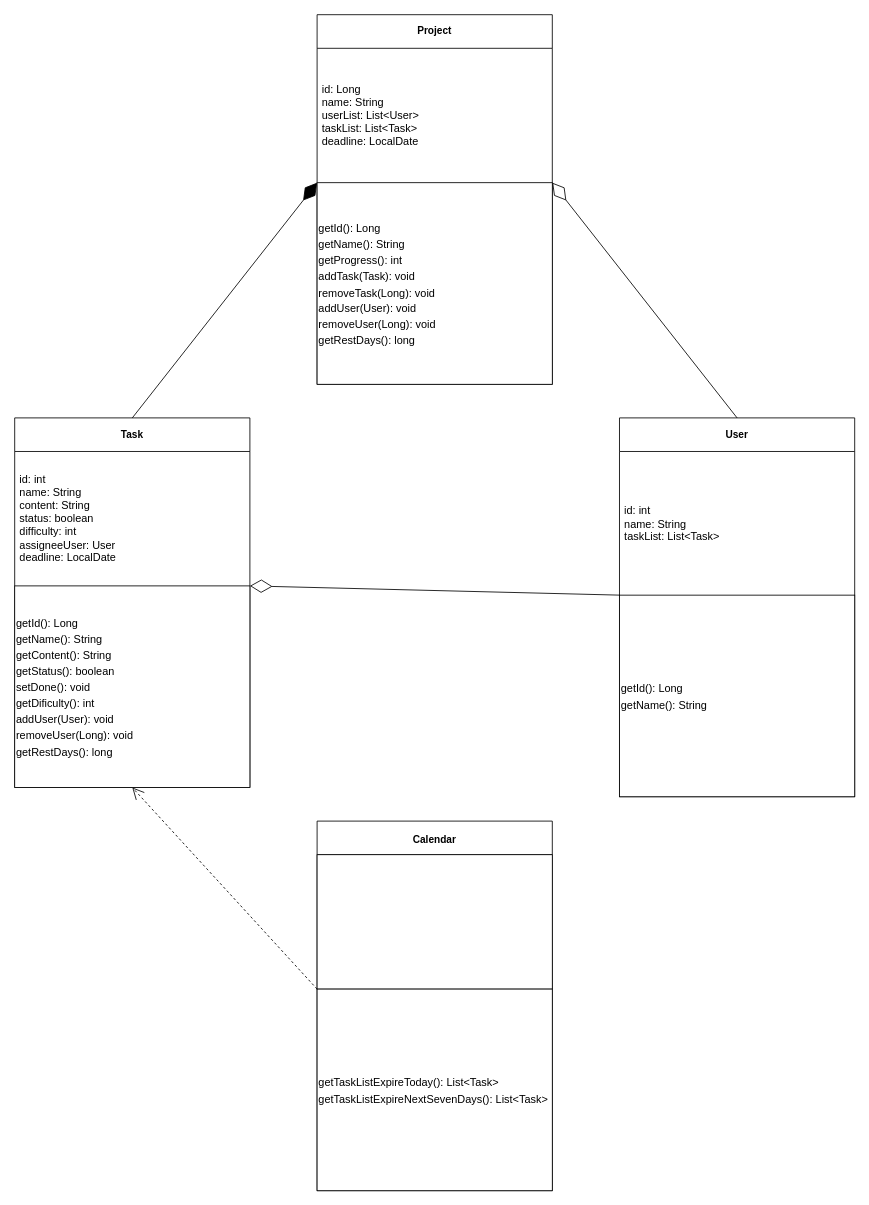
SibGuys/ood keeps this draw.io diagram as uml.drawio. Above is the earlier version. Source tidied: cells renumbered, new cells numbered last; positions are measured from the earlier drawing's top-left corner, leaving out a move shared by most shapes. Both pictures are drawn from the tidied source at 84%, with x=0, y=0 at pixel (14, 14).
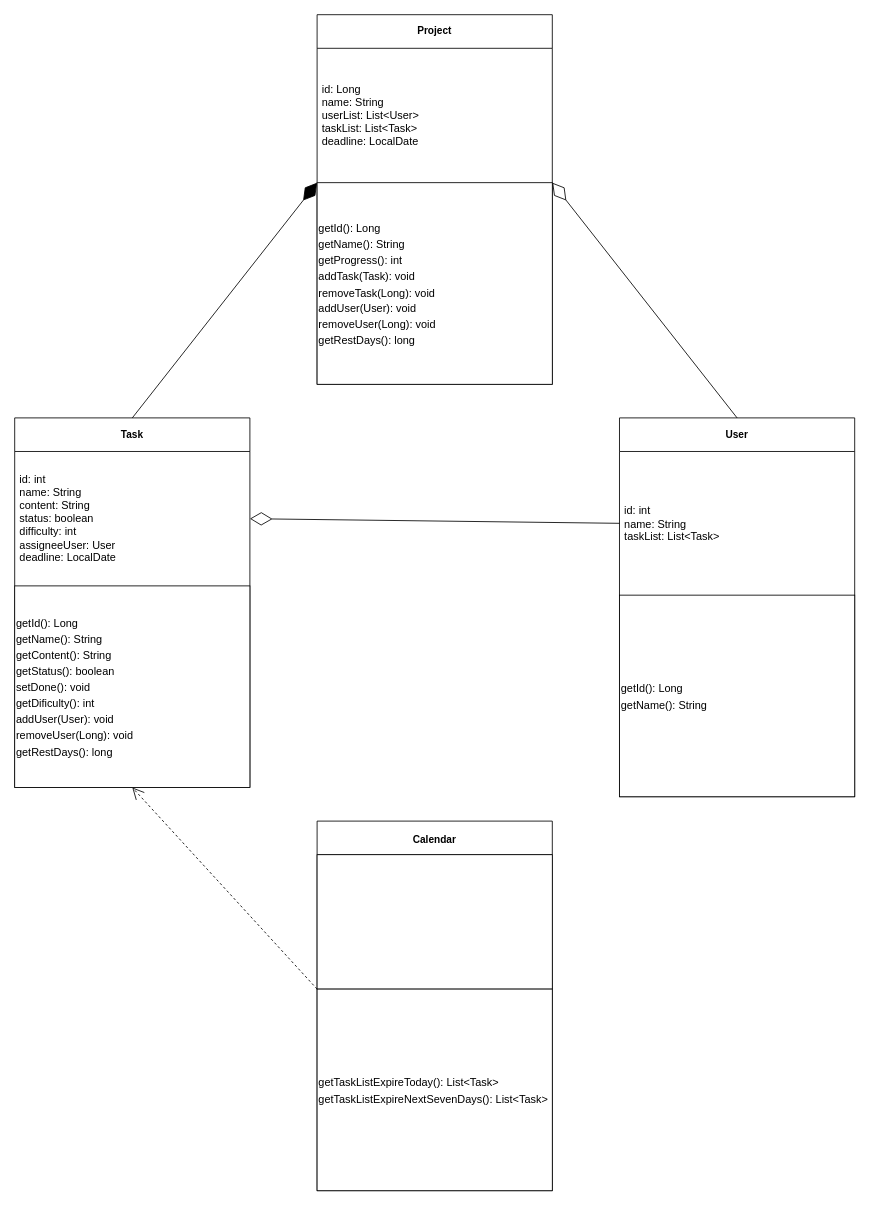
Above is the later version.

The edit, as a diff of the source:
```diff
@@
 <mxGraphModel>
   <root>
     <mxCell id="0" />
     <mxCell id="1" parent="0" />
     <mxCell id="2" value="Task" style="swimlane;fontStyle=1;align=center;verticalAlign=middle;horizontal=1;startSize=40;html=1;whiteSpace=wrap;" parent="1" vertex="1">
       <mxGeometry y="480" width="280" height="440" as="geometry" />
     </mxCell>
     <mxCell id="3" value="&lt;font style=&quot;font-size: 13px;&quot;&gt;id: int&lt;br&gt;name: String&lt;br&gt;content: String&lt;br&gt;status: boolean&lt;br&gt;difficulty: int&lt;br&gt;assigneeUser: User&lt;br&gt;deadline: LocalDate&lt;/font&gt;" style="text;html=1;strokeColor=none;fillColor=none;align=left;verticalAlign=middle;spacingLeft=4;spacingRight=4;overflow=hidden;points=[[0,0.5],[1,0.5]];portConstraint=eastwest;whiteSpace=wrap;" parent="2" vertex="1">
       <mxGeometry y="40" width="280" height="160" as="geometry" />
     </mxCell>
     <mxCell id="4" value="&lt;font style=&quot;font-size: 13px;&quot;&gt;getId(): Long&lt;br&gt;getName(): String&lt;br&gt;getContent(): String&lt;br&gt;getStatus(): boolean&lt;br&gt;setDone(): void&lt;br&gt;getDificulty(): int&lt;br&gt;addUser(User): void&lt;br&gt;removeUser(Long): void&lt;br&gt;getRestDays(): long&lt;br&gt;&lt;/font&gt;" style="rounded=0;whiteSpace=wrap;html=1;fontSize=16;align=left;" parent="2" vertex="1">
       <mxGeometry y="200" width="280" height="240" as="geometry" />
     </mxCell>
     <mxCell id="5" value="Project" style="swimlane;fontStyle=1;align=center;verticalAlign=middle;horizontal=1;startSize=40;html=1;whiteSpace=wrap;" parent="1" vertex="1">
       <mxGeometry x="360" width="280" height="440" as="geometry" />
     </mxCell>
     <mxCell id="6" value="&lt;font style=&quot;font-size: 13px;&quot;&gt;id: Long&lt;br&gt;name: String&lt;br&gt;userList: List&amp;lt;User&amp;gt;&lt;br&gt;taskList: List&amp;lt;Task&amp;gt;&lt;br&gt;deadline: LocalDate&lt;br&gt;&lt;/font&gt;" style="text;html=1;strokeColor=none;fillColor=none;align=left;verticalAlign=middle;spacingLeft=4;spacingRight=4;overflow=hidden;whiteSpace=wrap;" parent="5" vertex="1">
       <mxGeometry y="40" width="280" height="160" as="geometry" />
     </mxCell>
     <mxCell id="7" value="&lt;font style=&quot;font-size: 13px;&quot;&gt;getId(): Long&lt;br&gt;getName(): String&lt;br&gt;getProgress(): int&lt;br&gt;addTask(Task): void&lt;br&gt;removeTask(Long): void&lt;br&gt;addUser(User): void&lt;br&gt;removeUser(Long): void&lt;br&gt;getRestDays(): long&lt;br&gt;&lt;/font&gt;" style="rounded=0;whiteSpace=wrap;html=1;fontSize=16;align=left;" parent="5" vertex="1">
       <mxGeometry y="200" width="280" height="240" as="geometry" />
     </mxCell>
     <mxCell id="8" value="User" style="swimlane;fontStyle=1;align=center;verticalAlign=middle;horizontal=1;startSize=40;html=1;whiteSpace=wrap;" parent="1" vertex="1">
       <mxGeometry x="720" y="480" width="280" height="451" as="geometry" />
     </mxCell>
     <mxCell id="9" value="&lt;font style=&quot;font-size: 13px;&quot;&gt;id: int&lt;br style=&quot;border-color: var(--border-color);&quot;&gt;name: String&lt;br&gt;taskList: List&amp;lt;Task&amp;gt;&lt;br&gt;&lt;/font&gt;" style="text;html=1;strokeColor=none;fillColor=none;align=left;verticalAlign=middle;spacingLeft=4;spacingRight=4;overflow=hidden;points=[[0,0.5],[1,0.5]];portConstraint=eastwest;whiteSpace=wrap;" parent="8" vertex="1">
       <mxGeometry y="40" width="280" height="171" as="geometry" />
     </mxCell>
     <mxCell id="10" value="&lt;font style=&quot;font-size: 13px;&quot;&gt;getId(): Long&lt;br&gt;getName(): String&lt;br&gt;&lt;/font&gt;" style="rounded=0;whiteSpace=wrap;html=1;fontSize=16;align=left;" parent="8" vertex="1">
       <mxGeometry y="211" width="280" height="240" as="geometry" />
     </mxCell>
     <mxCell id="11" value="&lt;font style=&quot;font-size: 12px;&quot;&gt;Calendar&lt;/font&gt;" style="swimlane;fontStyle=1;align=center;verticalAlign=middle;horizontal=1;startSize=40;html=1;whiteSpace=wrap;fontSize=16;" parent="1" vertex="1">
       <mxGeometry x="360" y="960" width="280" height="440" as="geometry" />
     </mxCell>
     <mxCell id="12" style="rounded=0;whiteSpace=wrap;html=1;fontSize=16;align=left;" parent="11" vertex="1">
       <mxGeometry y="40" width="280" height="160" as="geometry" />
     </mxCell>
     <mxCell id="13" value="&lt;font style=&quot;font-size: 13px;&quot;&gt;getTaskListExpireToday(): List&amp;lt;Task&amp;gt;&lt;br style=&quot;border-color: var(--border-color);&quot;&gt;&lt;span style=&quot;&quot;&gt;getTaskListExpireNextSevenDays(): List&amp;lt;Task&amp;gt;&lt;/span&gt;&lt;/font&gt;" style="rounded=0;whiteSpace=wrap;html=1;fontSize=16;align=left;" parent="11" vertex="1">
       <mxGeometry y="200" width="280" height="240" as="geometry" />
     </mxCell>
-    <mxCell id="14" style="endArrow=diamondThin;endFill=0;endSize=24;html=1;rounded=0;exitX=0;exitY=0;exitDx=0;exitDy=0;entryX=1;entryY=0;entryDx=0;entryDy=0;" parent="1" edge="1" source="10" target="4">
+    <mxCell id="14" style="endArrow=diamondThin;endFill=0;endSize=24;html=1;rounded=0;exitX=0;exitY=0.5;exitDx=0;exitDy=0;entryX=1;entryY=0.5;entryDx=0;entryDy=0;" parent="1" edge="1" source="9" target="3">
       <mxGeometry relative="1" as="geometry" />
     </mxCell>
     <mxCell id="15" style="endArrow=diamondThin;endFill=0;endSize=24;html=1;rounded=0;exitX=0.5;exitY=0;exitDx=0;exitDy=0;entryX=1;entryY=0;entryDx=0;entryDy=0;" parent="1" edge="1" source="8" target="7">
       <mxGeometry relative="1" as="geometry" />
     </mxCell>
     <mxCell id="16" style="endArrow=open;endSize=12;dashed=1;html=1;rounded=0;exitX=0;exitY=0;exitDx=0;exitDy=0;entryX=0.5;entryY=1;entryDx=0;entryDy=0;" parent="1" edge="1" source="13" target="2">
       <mxGeometry relative="1" as="geometry" />
     </mxCell>
     <mxCell id="17" style="endArrow=diamondThin;endFill=1;endSize=24;html=1;rounded=0;exitX=0.5;exitY=0;exitDx=0;exitDy=0;entryX=0;entryY=0;entryDx=0;entryDy=0;" parent="1" edge="1" source="2" target="7">
       <mxGeometry relative="1" as="geometry" />
     </mxCell>
   </root>
 </mxGraphModel>
```
